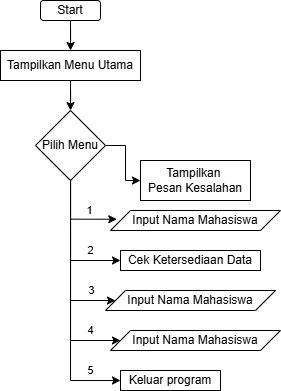
The draw.io diagram Flowchart praktikum7.png in nadinn72/Lab-6, before a commit. Source tidied: cells renumbered, new cells last; positions are measured from the earlier drawing's top-left corner, leaving out a move shared by most shapes.
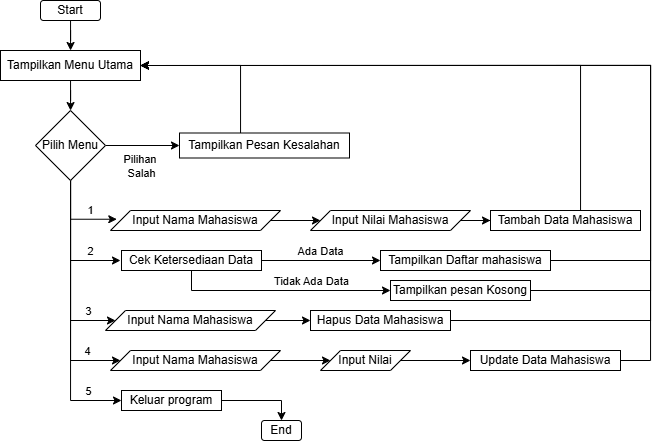
After the commit.

What changed in the source:
```diff
@@ -43,7 +43,7 @@
     <mxCell id="10" style="edgeStyle=orthogonalEdgeStyle;rounded=0;jettySize=auto;html=1;entryX=0;entryY=0.5;entryDx=0;entryDy=0;" parent="1" edge="1" source="17" target="20">
       <mxGeometry relative="1" as="geometry">
         <Array as="points">
-          <mxPoint x="70" y="300" />
+          <mxPoint x="70" y="320" />
         </Array>
       </mxGeometry>
     </mxCell>
@@ -55,7 +55,7 @@
     <mxCell id="12" style="edgeStyle=orthogonalEdgeStyle;rounded=0;jettySize=auto;html=1;entryX=0;entryY=0.5;entryDx=0;entryDy=0;" parent="1" edge="1" source="17" target="21">
       <mxGeometry relative="1" as="geometry">
         <Array as="points">
-          <mxPoint x="70" y="340" />
+          <mxPoint x="70" y="360" />
         </Array>
       </mxGeometry>
     </mxCell>
@@ -67,7 +67,7 @@
     <mxCell id="14" style="edgeStyle=orthogonalEdgeStyle;rounded=0;jettySize=auto;html=1;" parent="1" edge="1" source="17" target="22">
       <mxGeometry relative="1" as="geometry">
         <Array as="points">
-          <mxPoint x="70" y="380" />
+          <mxPoint x="70" y="400" />
         </Array>
       </mxGeometry>
     </mxCell>
@@ -79,26 +79,139 @@
     <mxCell id="16" style="edgeStyle=orthogonalEdgeStyle;rounded=0;jettySize=auto;html=1;" parent="1" edge="1" source="17" target="23">
       <mxGeometry relative="1" as="geometry" />
     </mxCell>
+    <mxCell id="24" value="Pilihan&amp;nbsp;&lt;div&gt;Salah&lt;/div&gt;" style="edgeLabel;html=1;align=center;verticalAlign=middle;" parent="16" vertex="1">
+      <mxGeometry x="-0.46" y="-1" relative="1" as="geometry">
+        <mxPoint x="15" y="19" as="offset" />
+      </mxGeometry>
+    </mxCell>
     <mxCell id="17" value="Pilih Menu" style="rhombus;whiteSpace=wrap;html=1;" parent="1" vertex="1">
       <mxGeometry x="35" y="110" width="70" height="70" as="geometry" />
     </mxCell>
+    <mxCell id="25" style="edgeStyle=orthogonalEdgeStyle;rounded=0;jettySize=auto;html=1;" parent="1" edge="1" source="18" target="35">
+      <mxGeometry relative="1" as="geometry" />
+    </mxCell>
     <mxCell id="18" value="Input Nama Mahasiswa" style="shape=parallelogram;perimeter=parallelogramPerimeter;whiteSpace=wrap;html=1;fixedSize=1;" parent="1" vertex="1">
       <mxGeometry x="110" y="210" width="170" height="20" as="geometry" />
     </mxCell>
+    <mxCell id="26" style="edgeStyle=orthogonalEdgeStyle;rounded=0;jettySize=auto;html=1;" parent="1" edge="1" source="19" target="37">
+      <mxGeometry relative="1" as="geometry" />
+    </mxCell>
+    <mxCell id="27" value="Ada Data" style="edgeLabel;html=1;align=center;verticalAlign=middle;" parent="26" vertex="1">
+      <mxGeometry x="-0.72" y="1" relative="1" as="geometry">
+        <mxPoint x="42" y="-9" as="offset" />
+      </mxGeometry>
+    </mxCell>
+    <mxCell id="28" style="edgeStyle=orthogonalEdgeStyle;rounded=0;jettySize=auto;html=1;" parent="1" edge="1" source="19" target="39">
+      <mxGeometry relative="1" as="geometry">
+        <Array as="points">
+          <mxPoint x="191" y="290" />
+        </Array>
+      </mxGeometry>
+    </mxCell>
+    <mxCell id="29" value="Tidak Ada Data" style="edgeLabel;html=1;align=center;verticalAlign=middle;" parent="28" vertex="1">
+      <mxGeometry x="0.12" y="1" relative="1" as="geometry">
+        <mxPoint x="17" y="-9" as="offset" />
+      </mxGeometry>
+    </mxCell>
     <mxCell id="19" value="Cek Ketersediaan Data" style="rounded=0;whiteSpace=wrap;html=1;" parent="1" vertex="1">
-      <mxGeometry x="120" y="250" width="140" height="20" as="geometry" />
+      <mxGeometry x="121" y="250" width="140" height="20" as="geometry" />
     </mxCell>
+    <mxCell id="30" style="edgeStyle=orthogonalEdgeStyle;rounded=0;jettySize=auto;html=1;" parent="1" edge="1" source="20" target="41">
+      <mxGeometry relative="1" as="geometry" />
+    </mxCell>
     <mxCell id="20" value="Input Nama Mahasiswa" style="shape=parallelogram;perimeter=parallelogramPerimeter;whiteSpace=wrap;html=1;fixedSize=1;" parent="1" vertex="1">
-      <mxGeometry x="105" y="290" width="170" height="20" as="geometry" />
+      <mxGeometry x="105" y="310" width="170" height="20" as="geometry" />
     </mxCell>
+    <mxCell id="31" style="edgeStyle=orthogonalEdgeStyle;rounded=0;jettySize=auto;html=1;" parent="1" edge="1" source="21" target="43">
+      <mxGeometry relative="1" as="geometry" />
+    </mxCell>
     <mxCell id="21" value="Input Nama Mahasiswa" style="shape=parallelogram;perimeter=parallelogramPerimeter;whiteSpace=wrap;html=1;fixedSize=1;" parent="1" vertex="1">
-      <mxGeometry x="110" y="330" width="170" height="20" as="geometry" />
+      <mxGeometry x="110" y="350" width="170" height="20" as="geometry" />
     </mxCell>
+    <mxCell id="32" style="edgeStyle=orthogonalEdgeStyle;rounded=0;jettySize=auto;html=1;" parent="1" edge="1" source="22" target="46">
+      <mxGeometry relative="1" as="geometry" />
+    </mxCell>
     <mxCell id="22" value="Keluar program" style="rounded=0;whiteSpace=wrap;html=1;" parent="1" vertex="1">
-      <mxGeometry x="120" y="370" width="100" height="20" as="geometry" />
+      <mxGeometry x="121" y="390" width="100" height="20" as="geometry" />
     </mxCell>
+    <mxCell id="33" style="edgeStyle=orthogonalEdgeStyle;rounded=0;jettySize=auto;html=1;entryX=1;entryY=0.5;entryDx=0;entryDy=0;" parent="1" edge="1" source="23" target="5">
+      <mxGeometry relative="1" as="geometry">
+        <Array as="points">
+          <mxPoint x="240" y="65" />
+        </Array>
+      </mxGeometry>
+    </mxCell>
-    <mxCell id="23" value="Tampilkan&amp;nbsp;&lt;div&gt;Pesan Kesalahan&lt;/div&gt;" style="rounded=0;whiteSpace=wrap;html=1;" parent="1" vertex="1">
-      <mxGeometry x="140" y="160" width="110" height="40" as="geometry" />
+    <mxCell id="23" value="Tampilkan&amp;nbsp;&lt;span style=&quot;background-color: initial;&quot;&gt;Pesan Kesalahan&lt;/span&gt;" style="rounded=0;whiteSpace=wrap;html=1;" parent="1" vertex="1">
+      <mxGeometry x="179" y="132.5" width="170" height="25" as="geometry" />
     </mxCell>
+    <mxCell id="34" style="edgeStyle=orthogonalEdgeStyle;rounded=0;jettySize=auto;html=1;" parent="1" edge="1" source="35" target="48">
+      <mxGeometry relative="1" as="geometry" />
+    </mxCell>
+    <mxCell id="35" value="Input Nilai Mahasiswa" style="shape=parallelogram;perimeter=parallelogramPerimeter;whiteSpace=wrap;html=1;fixedSize=1;" parent="1" vertex="1">
+      <mxGeometry x="310" y="210" width="160" height="20" as="geometry" />
+    </mxCell>
+    <mxCell id="36" style="edgeStyle=orthogonalEdgeStyle;rounded=0;jettySize=auto;html=1;entryX=1;entryY=0.5;entryDx=0;entryDy=0;" parent="1" edge="1" source="37" target="5">
+      <mxGeometry relative="1" as="geometry">
+        <Array as="points">
+          <mxPoint x="650" y="260" />
+          <mxPoint x="650" y="65" />
+        </Array>
+      </mxGeometry>
+    </mxCell>
+    <mxCell id="37" value="Tampilkan Daftar mahasiswa" style="rounded=0;whiteSpace=wrap;html=1;" parent="1" vertex="1">
+      <mxGeometry x="380" y="250" width="170" height="20" as="geometry" />
+    </mxCell>
+    <mxCell id="38" style="edgeStyle=orthogonalEdgeStyle;rounded=0;jettySize=auto;html=1;entryX=1;entryY=0.5;entryDx=0;entryDy=0;" parent="1" edge="1" source="39" target="5">
+      <mxGeometry relative="1" as="geometry">
+        <Array as="points">
+          <mxPoint x="650" y="290" />
+          <mxPoint x="650" y="65" />
+        </Array>
+      </mxGeometry>
+    </mxCell>
+    <mxCell id="39" value="Tampilkan pesan Kosong" style="rounded=0;whiteSpace=wrap;html=1;" parent="1" vertex="1">
+      <mxGeometry x="390" y="280" width="140" height="20" as="geometry" />
+    </mxCell>
+    <mxCell id="40" style="edgeStyle=orthogonalEdgeStyle;rounded=0;jettySize=auto;html=1;entryX=1;entryY=0.5;entryDx=0;entryDy=0;" parent="1" edge="1" source="41" target="5">
+      <mxGeometry relative="1" as="geometry">
+        <Array as="points">
+          <mxPoint x="650" y="320" />
+          <mxPoint x="650" y="65" />
+        </Array>
+      </mxGeometry>
+    </mxCell>
+    <mxCell id="41" value="Hapus Data Mahasiswa" style="rounded=0;whiteSpace=wrap;html=1;" parent="1" vertex="1">
+      <mxGeometry x="310" y="310" width="140" height="20" as="geometry" />
+    </mxCell>
+    <mxCell id="42" style="edgeStyle=orthogonalEdgeStyle;rounded=0;jettySize=auto;html=1;" parent="1" edge="1" source="43" target="45">
+      <mxGeometry relative="1" as="geometry" />
+    </mxCell>
+    <mxCell id="43" value="Input Nilai" style="shape=parallelogram;perimeter=parallelogramPerimeter;whiteSpace=wrap;html=1;fixedSize=1;" parent="1" vertex="1">
+      <mxGeometry x="320" y="350" width="90" height="20" as="geometry" />
+    </mxCell>
+    <mxCell id="44" style="edgeStyle=orthogonalEdgeStyle;rounded=0;jettySize=auto;html=1;entryX=1;entryY=0.5;entryDx=0;entryDy=0;" parent="1" edge="1" source="45" target="5">
+      <mxGeometry relative="1" as="geometry">
+        <Array as="points">
+          <mxPoint x="650" y="360" />
+          <mxPoint x="650" y="65" />
+        </Array>
+      </mxGeometry>
+    </mxCell>
+    <mxCell id="45" value="Update Data Mahasiswa" style="rounded=0;whiteSpace=wrap;html=1;" parent="1" vertex="1">
+      <mxGeometry x="470" y="350" width="150" height="20" as="geometry" />
+    </mxCell>
+    <mxCell id="46" value="End" style="rounded=1;whiteSpace=wrap;html=1;" parent="1" vertex="1">
+      <mxGeometry x="261" y="420" width="40" height="20" as="geometry" />
+    </mxCell>
+    <mxCell id="47" style="edgeStyle=orthogonalEdgeStyle;rounded=0;jettySize=auto;html=1;entryX=1;entryY=0.5;entryDx=0;entryDy=0;" parent="1" edge="1" source="48" target="5">
+      <mxGeometry relative="1" as="geometry">
+        <Array as="points">
+          <mxPoint x="580" y="65" />
+        </Array>
+      </mxGeometry>
+    </mxCell>
+    <mxCell id="48" value="Tambah Data Mahasiswa" style="rounded=0;whiteSpace=wrap;html=1;" parent="1" vertex="1">
+      <mxGeometry x="490" y="210" width="150" height="20" as="geometry" />
+    </mxCell>
   </root>
 </mxGraphModel>
```
